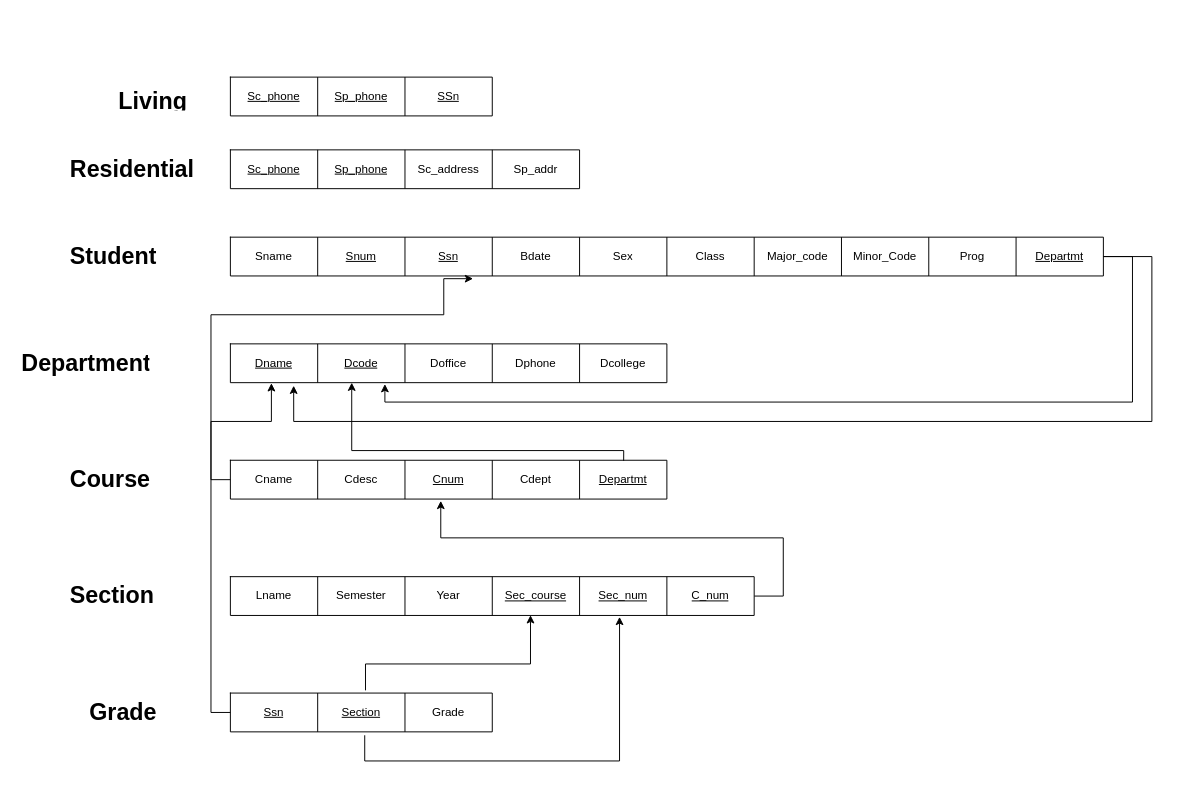
Before: DB HW2 Q4.drawio in SamPark12/Data-Bases, a draw.io diagram. Source tidied: cells renumbered, new cells numbered last; positions are measured from the earlier drawing's top-left corner, leaving out a move shared by most shapes. Both pictures are drawn from the tidied source at 97%, with x=0, y=0 at pixel (16, 77).
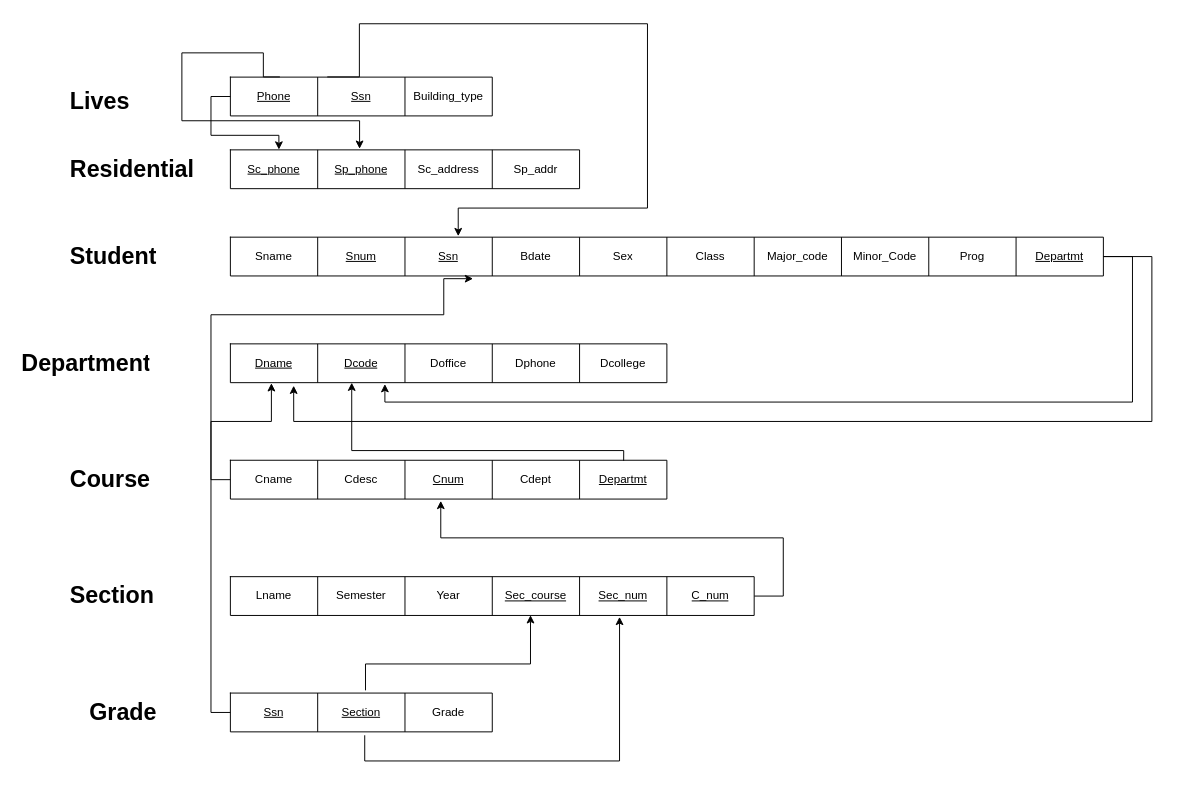
Above is the later version.

The change refers to these unchanged cells:
```xml
<mxCell id="3" style="shape=tableRow;horizontal=0;startSize=0;swimlaneHead=0;swimlaneBody=0;top=0;left=0;bottom=0;right=0;fillColor=none;points=[[0,0.5],[1,0.5]];portConstraint=eastwest;" parent="2" vertex="1">
  <mxGeometry width="900" height="40" as="geometry" />
</mxCell>
<mxCell id="52" style="shape=tableRow;horizontal=0;startSize=0;swimlaneHead=0;swimlaneBody=0;top=0;left=0;bottom=0;right=0;fillColor=none;points=[[0,0.5],[1,0.5]];portConstraint=eastwest;" parent="51" vertex="1">
  <mxGeometry width="360" height="40" as="geometry" />
</mxCell>
<mxCell id="63" style="shape=tableRow;horizontal=0;startSize=0;swimlaneHead=0;swimlaneBody=0;top=0;left=0;bottom=0;right=0;fillColor=none;points=[[0,0.5],[1,0.5]];portConstraint=eastwest;" parent="62" vertex="1">
  <mxGeometry width="270" height="40" as="geometry" />
</mxCell>
```

What changed in the source:
```diff
@@
-    <mxCell id="61" value="&lt;h1&gt;Living&lt;/h1&gt;" style="text;html=1;strokeColor=none;fillColor=none;spacing=5;spacingTop=-20;whiteSpace=wrap;overflow=hidden;rounded=0;" parent="1" vertex="1">
-      <mxGeometry x="100" y="5" width="140" height="30" as="geometry" />
+    <mxCell id="61" value="&lt;h1&gt;Lives&lt;/h1&gt;" style="text;html=1;strokeColor=none;fillColor=none;spacing=5;spacingTop=-20;whiteSpace=wrap;overflow=hidden;rounded=0;" parent="1" vertex="1">
+      <mxGeometry x="50" y="5" width="150" height="50" as="geometry" />
     </mxCell>
@@
-    <mxCell id="64" value="&lt;u&gt;Sc_phone&lt;/u&gt;" style="shape=partialRectangle;html=1;whiteSpace=wrap;fillColor=none;top=0;left=0;bottom=0;right=0;overflow=hidden;" parent="63" vertex="1">
+    <mxCell id="64" value="&lt;u&gt;Phone&lt;/u&gt;" style="shape=partialRectangle;html=1;whiteSpace=wrap;fillColor=none;top=0;left=0;bottom=0;right=0;overflow=hidden;" parent="63" vertex="1">
       <mxGeometry width="90" height="40" as="geometry" />
     </mxCell>
-    <mxCell id="65" value="&lt;u&gt;Sp_phone&lt;/u&gt;" style="shape=partialRectangle;html=1;whiteSpace=wrap;fillColor=none;top=0;left=0;bottom=0;right=0;overflow=hidden;" parent="63" vertex="1">
+    <mxCell id="65" value="&lt;u&gt;Ssn&lt;/u&gt;" style="shape=partialRectangle;html=1;whiteSpace=wrap;fillColor=none;top=0;left=0;bottom=0;right=0;overflow=hidden;" parent="63" vertex="1">
       <mxGeometry x="90" width="90" height="40" as="geometry" />
     </mxCell>
-    <mxCell id="66" value="&lt;u&gt;SSn&lt;/u&gt;" style="shape=partialRectangle;html=1;whiteSpace=wrap;fillColor=none;top=0;left=0;bottom=0;right=0;overflow=hidden;" parent="63" vertex="1">
-      <mxGeometry x="180" width="90" height="40" as="geometry" />
-    </mxCell>
+    <mxCell id="67" value="Building_type" style="shape=partialRectangle;html=1;whiteSpace=wrap;fillColor=none;top=0;left=0;bottom=0;right=0;overflow=hidden;" parent="63" vertex="1">
+      <mxGeometry x="180" width="90" height="40" as="geometry" />
+    </mxCell>
+    <mxCell id="68" style="edgeStyle=orthogonalEdgeStyle;rounded=0;jettySize=auto;html=1;entryX=0.139;entryY=-0.007;entryDx=0;entryDy=0;entryPerimeter=0;" parent="1" edge="1" source="63" target="52">
+      <mxGeometry relative="1" as="geometry">
+        <Array as="points">
+          <mxPoint x="200" y="20" />
+          <mxPoint x="200" y="60" />
+          <mxPoint x="270" y="60" />
+        </Array>
+      </mxGeometry>
+    </mxCell>
+    <mxCell id="69" style="edgeStyle=orthogonalEdgeStyle;rounded=0;jettySize=auto;html=1;entryX=0.37;entryY=-0.028;entryDx=0;entryDy=0;entryPerimeter=0;exitX=0.189;exitY=-0.005;exitDx=0;exitDy=0;exitPerimeter=0;" parent="1" edge="1" source="63" target="52">
+      <mxGeometry relative="1" as="geometry">
+        <Array as="points">
+          <mxPoint x="254" y="-25" />
+          <mxPoint x="170" y="-25" />
+          <mxPoint x="170" y="45" />
+          <mxPoint x="353" y="45" />
+        </Array>
+      </mxGeometry>
+    </mxCell>
+    <mxCell id="70" style="edgeStyle=orthogonalEdgeStyle;rounded=0;jettySize=auto;html=1;entryX=0.261;entryY=-0.025;entryDx=0;entryDy=0;entryPerimeter=0;exitX=0.37;exitY=-0.005;exitDx=0;exitDy=0;exitPerimeter=0;" parent="1" edge="1" source="63" target="3">
+      <mxGeometry relative="1" as="geometry">
+        <Array as="points">
+          <mxPoint x="353" y="-55" />
+          <mxPoint x="650" y="-55" />
+          <mxPoint x="650" y="135" />
+          <mxPoint x="455" y="135" />
+        </Array>
+      </mxGeometry>
+    </mxCell>
```
